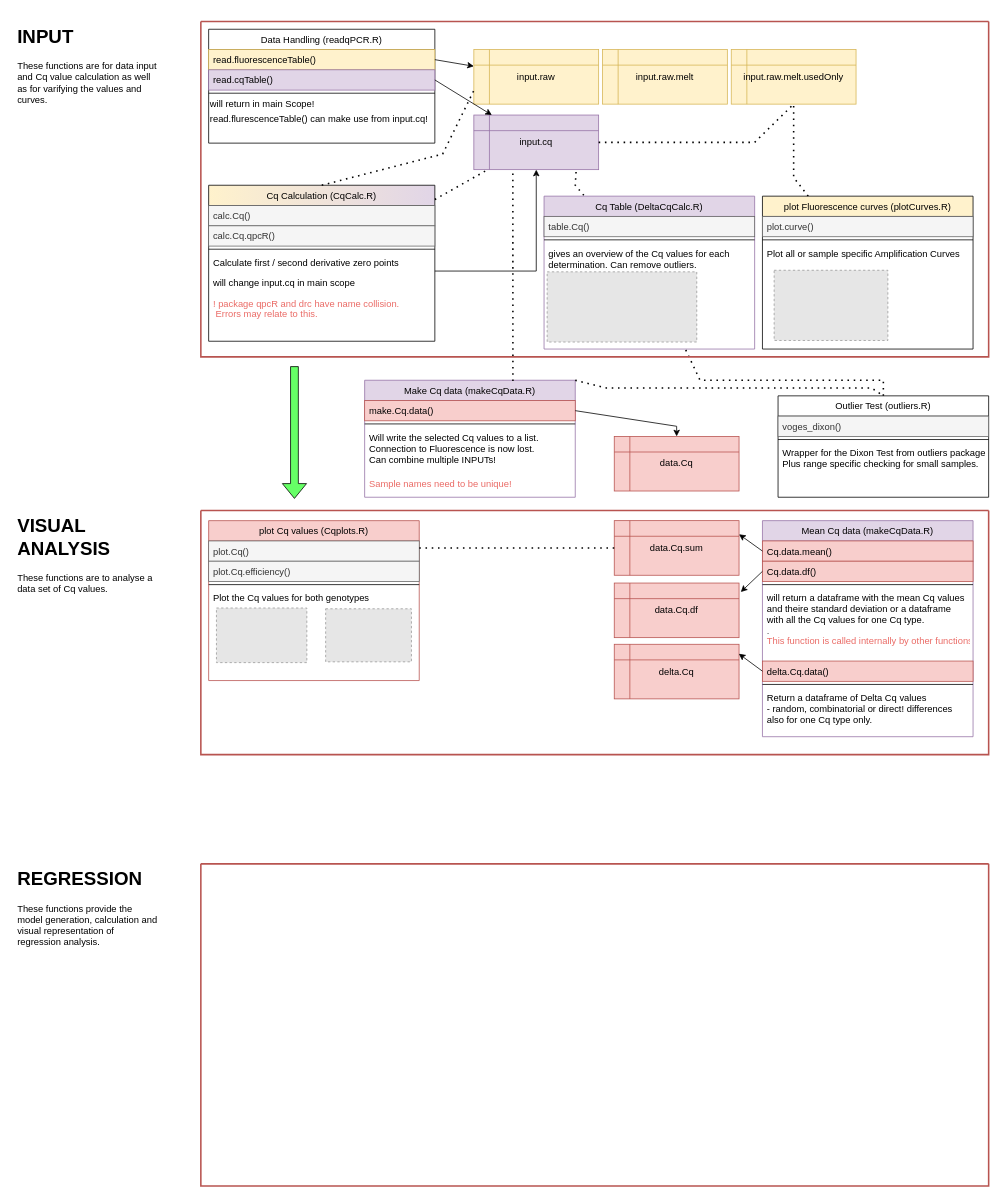
Before: overview.drawio in AGSeifert/DoubleqpcR, a draw.io diagram. Source tidied: cells renumbered, new cells numbered last; positions are measured from the earlier drawing's top-left corner, leaving out a move shared by most shapes. Both pictures are drawn from the tidied source at 78%, with x=0, y=0 at pixel (13, 21). Pictures stored in the file or linked from it are replaced by grey dashed boxes.
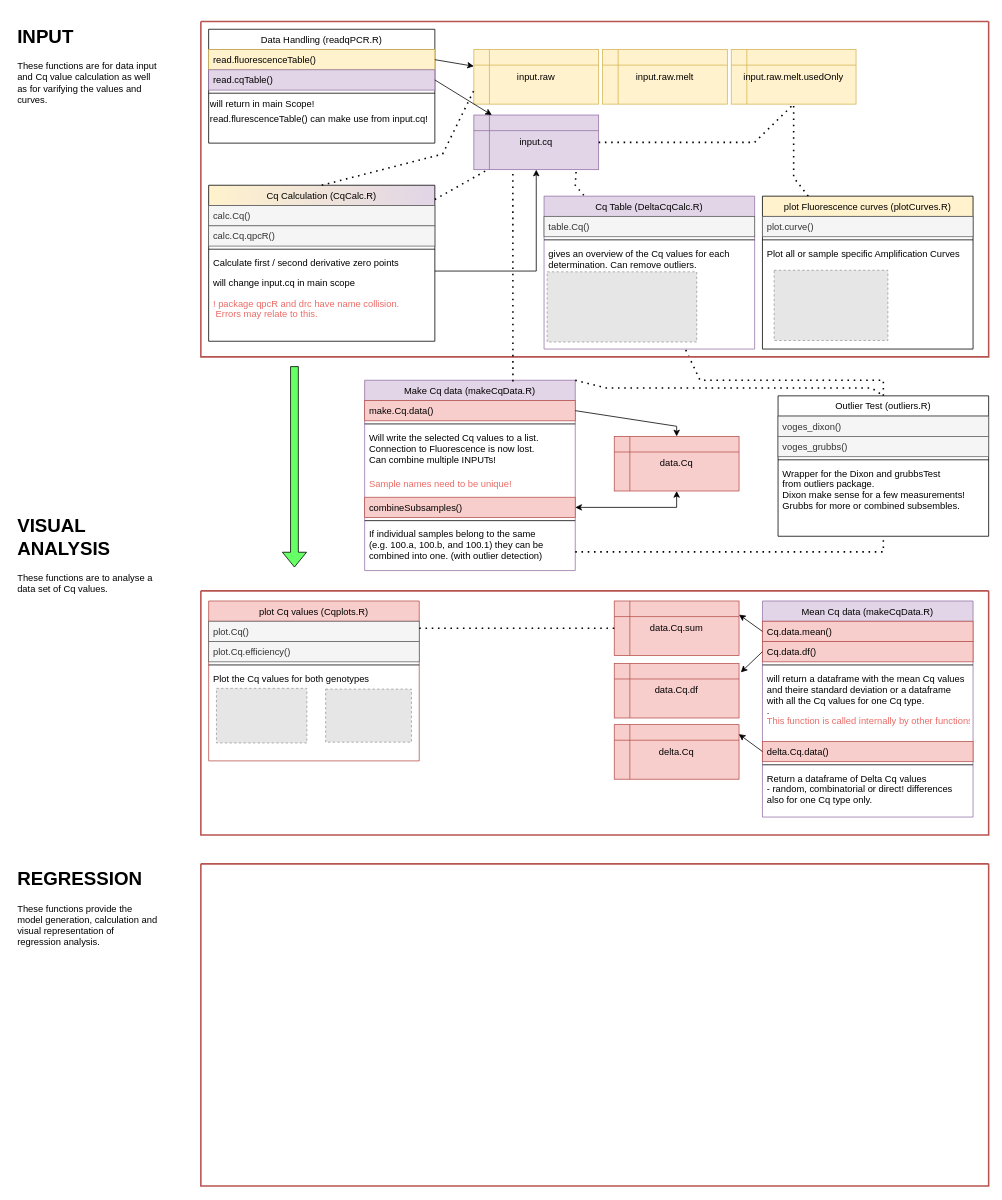
The same diagram, later.

Commit message (it also covers changes not shown here):
combine subsamples and grubbs test

Unchanged cells that the change refers to:
```xml
<mxCell id="81" value="data.Cq" style="shape=internalStorage;whiteSpace=wrap;html=1;backgroundOutline=1;fillColor=#f8cecc;strokeColor=#b85450;sketch=0;" parent="1" vertex="1">
  <mxGeometry x="770" y="532" width="160" height="70" as="geometry" />
</mxCell>
```

Diff of the diagram source:
```diff
@@
     <mxCell id="28" value="Outlier Test (outliers.R)" style="swimlane;fontStyle=0;align=center;verticalAlign=top;horizontal=1;startSize=26;rounded=0;shadow=0;strokeWidth=1;gradientDirection=east;glass=0;sketch=0;" parent="1" vertex="1">
-      <mxGeometry x="980" y="480" width="270" height="130" as="geometry" />
+      <mxGeometry x="980" y="480" width="270" height="180" as="geometry" />
     </mxCell>
@@
+    <mxCell id="85" value="voges_grubbs()" style="text;align=left;verticalAlign=top;spacingLeft=4;spacingRight=4;overflow=hidden;fillColor=#f5f5f5;strokeColor=#666666;fontColor=#333333;sketch=0;" parent="28" vertex="1">
+      <mxGeometry y="52" width="270" height="26" as="geometry" />
+    </mxCell>
     <mxCell id="30" style="line;html=1;strokeWidth=1;align=left;verticalAlign=middle;spacingTop=-1;spacingLeft=3;spacingRight=3;labelPosition=right;sketch=0;" parent="28" vertex="1">
-      <mxGeometry y="52" width="270" height="8" as="geometry" />
+      <mxGeometry y="78" width="270" height="8" as="geometry" />
     </mxCell>
-    <mxCell id="31" value="Wrapper for the Dixon Test from outliers package.&#10;Plus range specific checking for small samples." style="text;align=left;verticalAlign=top;spacingLeft=4;spacingRight=4;overflow=hidden;fontStyle=0;fillColor=none;sketch=0;" parent="28" vertex="1">
-      <mxGeometry y="60" width="270" height="50" as="geometry" />
+    <mxCell id="31" value="Wrapper for the Dixon and grubbsTest &#10;from outliers package.&#10;Dixon make sense for a few measurements! &#10;Grubbs for more or combined subsembles." style="text;align=left;verticalAlign=top;spacingLeft=4;spacingRight=4;overflow=hidden;fontStyle=0;fillColor=none;sketch=0;" parent="28" vertex="1">
+      <mxGeometry y="86" width="270" height="84" as="geometry" />
     </mxCell>
@@
     <mxCell id="47" style="swimlane;startSize=0;strokeColor=#B85450;strokeWidth=2;fillColor=none;gradientColor=none;" parent="1" vertex="1">
-      <mxGeometry x="240" y="627" width="1010" height="313" as="geometry" />
+      <mxGeometry x="240" y="730" width="1010" height="313" as="geometry" />
     </mxCell>
@@
     <mxCell id="73" value="Make Cq data (makeCqData.R)" style="swimlane;fontStyle=0;align=center;verticalAlign=top;horizontal=1;startSize=26;rounded=0;shadow=0;strokeWidth=1;gradientDirection=east;glass=0;sketch=0;fillColor=#e1d5e7;strokeColor=#9673a6;" parent="1" vertex="1">
-      <mxGeometry x="450" y="460" width="270" height="150" as="geometry" />
+      <mxGeometry x="450" y="460" width="270" height="244" as="geometry" />
     </mxCell>
@@
+    <mxCell id="86" value="combineSubsamples()" style="text;align=left;verticalAlign=top;spacingLeft=4;spacingRight=4;overflow=hidden;points=[[0,0.5],[1,0.5]];portConstraint=eastwest;fillColor=#f8cecc;strokeColor=#b85450;sketch=0;" parent="73" vertex="1">
+      <mxGeometry y="150" width="270" height="26" as="geometry" />
+    </mxCell>
+    <mxCell id="87" style="line;html=1;strokeWidth=1;align=left;verticalAlign=middle;spacingTop=-1;spacingLeft=3;spacingRight=3;labelPosition=right;sketch=0;" parent="73" vertex="1">
+      <mxGeometry y="176" width="270" height="8" as="geometry" />
+    </mxCell>
+    <mxCell id="88" value="If individual samples belong to the same &#10;(e.g. 100.a, 100.b, and 100.1) they can be &#10;combined into one. (with outlier detection)" style="text;align=left;verticalAlign=top;spacingLeft=4;spacingRight=4;overflow=hidden;fontStyle=0;fillColor=none;sketch=0;fontColor=#000000;" parent="73" vertex="1">
+      <mxGeometry y="184" width="270" height="60" as="geometry" />
+    </mxCell>
@@
     <mxCell id="80" style="shape=flexArrow;endArrow=classic;html=1;rounded=0;fillColor=#66FF66;" parent="1" edge="1">
       <mxGeometry relative="1" as="geometry">
         <mxPoint x="360" y="442" as="sourcePoint" />
-        <mxPoint x="360" y="612" as="targetPoint" />
+        <mxPoint x="360" y="700" as="targetPoint" />
       </mxGeometry>
     </mxCell>
@@
+    <mxCell id="89" style="endArrow=classic;html=1;rounded=0;exitX=1;exitY=0.5;exitDx=0;exitDy=0;entryX=0.5;entryY=1;entryDx=0;entryDy=0;startArrow=classic;startFill=1;" parent="1" edge="1" source="86" target="81">
+      <mxGeometry relative="1" as="geometry">
+        <Array as="points">
+          <mxPoint x="850" y="623" />
+        </Array>
+      </mxGeometry>
+    </mxCell>
+    <mxCell id="90" style="endArrow=none;dashed=1;html=1;dashPattern=1 3;strokeWidth=2;rounded=0;entryX=0.5;entryY=1;entryDx=0;entryDy=0;" parent="1" edge="1" target="28">
+      <mxGeometry relative="1" as="geometry">
+        <mxPoint x="720" y="680" as="sourcePoint" />
+        <Array as="points">
+          <mxPoint x="1115" y="680" />
+        </Array>
+      </mxGeometry>
+    </mxCell>
```
